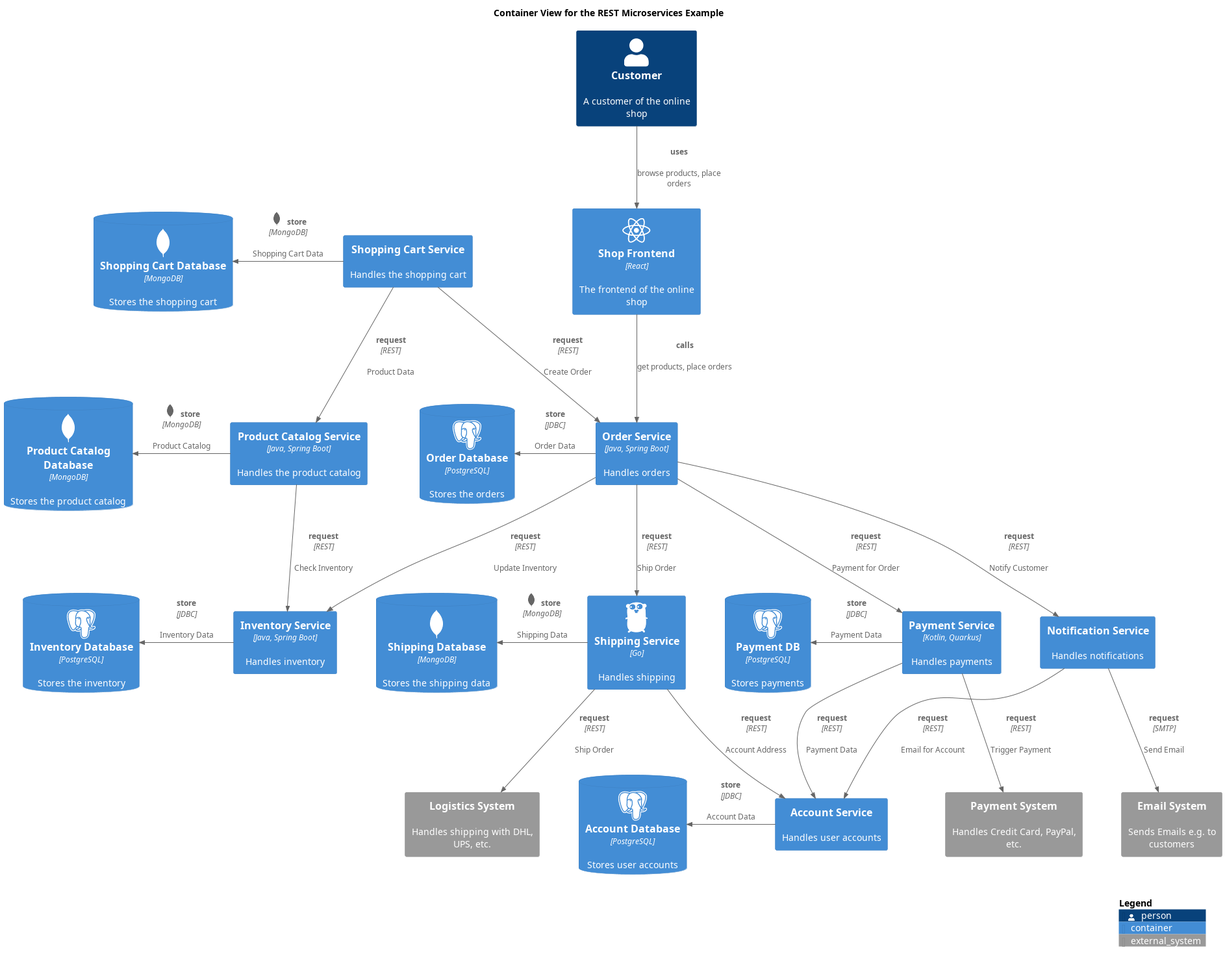
Earlier version of the PlantUML export docs/software-development/architecture/example/microservices/rest-container-view.png (lsolbach/overarch-models).
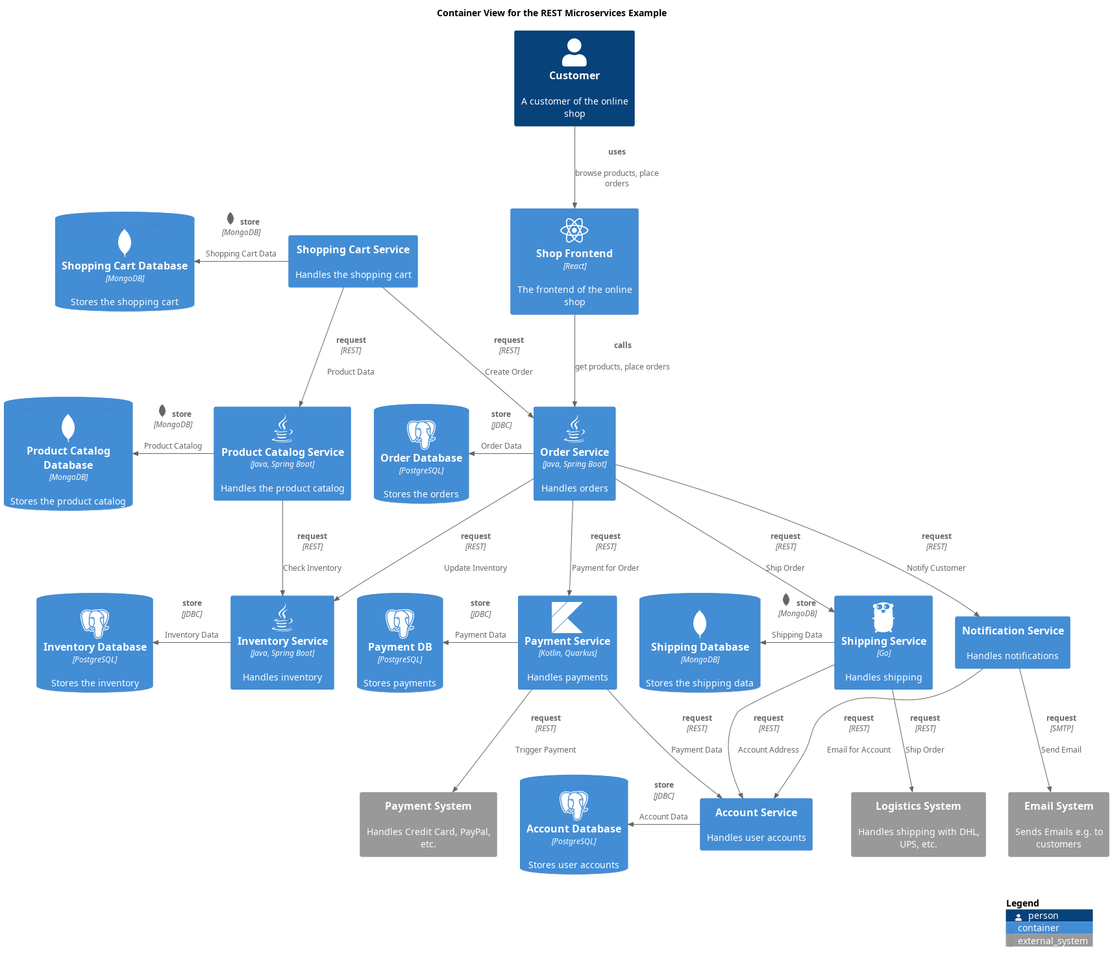
Above is the later version.

The edit, as a diff of the source:
```diff
@@ -5,60 +5,61 @@
 !include <azure/AzureCommon>
 !include <azure/AzureC4Integration>
 !include <tupadr3/common>
+!include <tupadr3/devicons2/go>
+!include <tupadr3/font-awesome-5/java>
 !include <tupadr3/font-awesome-5/react>
+!include <tupadr3/devicons2/mongodb>
+!include <tupadr3/devicons2/kotlin>
 !include <tupadr3/devicons2/postgresql>
-!include <tupadr3/devicons2/go>
-!include <tupadr3/devicons2/mongodb>
-
-
-LAYOUT_TOP_DOWN()
 
 
 
-skinparam nodesep 60
-skinparam ranksep 60
+
+
+
+
 title Container View for the REST Microservices Example
-Container(softwareDevelopment_architecture_example_microservices_paymentService, "Payment Service", $descr="Handles payments", $techn="Kotlin, Quarkus")
-Container(softwareDevelopment_architecture_example_microservices_inventoryService, "Inventory Service", $descr="Handles inventory", $techn="Java, Spring Boot")
+Container(softwareDevelopment_architecture_example_microservices_shippingService, "Shipping Service", $descr="Handles shipping", $techn="Go", $sprite="go")
+Container(softwareDevelopment_architecture_example_microservices_inventoryService, "Inventory Service", $descr="Handles inventory", $techn="Java, Spring Boot", $sprite="java")
 System_Ext(softwareDevelopment_architecture_example_microservices_logisticsSystem, "Logistics System", $descr="Handles shipping with DHL, UPS, etc.")
-Container(softwareDevelopment_architecture_example_microservices_shippingService, "Shipping Service", $descr="Handles shipping", $techn="Go", $sprite="go")
+Container(softwareDevelopment_architecture_example_microservices_shopFrontend, "Shop Frontend", $descr="The frontend of the online shop", $techn="React", $sprite="react")
+Container(softwareDevelopment_architecture_example_microservices_orderService, "Order Service", $descr="Handles orders", $techn="Java, Spring Boot", $sprite="java")
+ContainerDb(softwareDevelopment_architecture_example_microservices_shoppingCartDb, "Shopping Cart Database", $descr="Stores the shopping cart", $techn="MongoDB", $sprite="mongodb")
 ContainerDb(softwareDevelopment_architecture_example_microservices_productCatalogDb, "Product Catalog Database", $descr="Stores the product catalog", $techn="MongoDB", $sprite="mongodb")
-ContainerDb(softwareDevelopment_architecture_example_microservices_shoppingCartDb, "Shopping Cart Database", $descr="Stores the shopping cart", $techn="MongoDB", $sprite="mongodb")
-ContainerDb(softwareDevelopment_architecture_example_microservices_accountDb, "Account Database", $descr="Stores user accounts", $techn="PostgreSQL", $sprite="postgresql")
+Container(softwareDevelopment_architecture_example_microservices_paymentService, "Payment Service", $descr="Handles payments", $techn="Kotlin, Quarkus", $sprite="kotlin")
+ContainerDb(softwareDevelopment_architecture_example_microservices_shippingDb, "Shipping Database", $descr="Stores the shipping data", $techn="MongoDB", $sprite="mongodb")
 System_Ext(softwareDevelopment_architecture_example_microservices_paymentSystem, "Payment System", $descr="Handles Credit Card, PayPal, etc.")
-Container(softwareDevelopment_architecture_example_microservices_shopFrontend, "Shop Frontend", $descr="The frontend of the online shop", $techn="React", $sprite="react")
 Container(softwareDevelopment_architecture_example_microservices_shoppingCartService, "Shopping Cart Service", $descr="Handles the shopping cart")
 Container(softwareDevelopment_architecture_example_microservices_accountService, "Account Service", $descr="Handles user accounts")
-ContainerDb(softwareDevelopment_architecture_example_microservices_shippingDb, "Shipping Database", $descr="Stores the shipping data", $techn="MongoDB", $sprite="mongodb")
+ContainerDb(softwareDevelopment_architecture_example_microservices_paymentDb, "Payment DB", $descr="Stores payments", $techn="PostgreSQL", $sprite="postgresql")
+Container(softwareDevelopment_architecture_example_microservices_productCatalogService, "Product Catalog Service", $descr="Handles the product catalog", $techn="Java, Spring Boot", $sprite="java")
+Container(softwareDevelopment_architecture_example_microservices_notificationService, "Notification Service", $descr="Handles notifications")
+ContainerDb(softwareDevelopment_architecture_example_microservices_orderDb, "Order Database", $descr="Stores the orders", $techn="PostgreSQL", $sprite="postgresql")
+Person(softwareDevelopment_architecture_example_microservices_customer, "Customer", $descr="A customer of the online shop")
+System_Ext(softwareDevelopment_architecture_example_microservices_emailSystem, "Email System", $descr="Sends Emails e.g. to customers")
+ContainerDb(softwareDevelopment_architecture_example_microservices_accountDb, "Account Database", $descr="Stores user accounts", $techn="PostgreSQL", $sprite="postgresql")
 ContainerDb(softwareDevelopment_architecture_example_microservices_inventoryDb, "Inventory Database", $descr="Stores the inventory", $techn="PostgreSQL", $sprite="postgresql")
-ContainerDb(softwareDevelopment_architecture_example_microservices_orderDb, "Order Database", $descr="Stores the orders", $techn="PostgreSQL", $sprite="postgresql")
-Container(softwareDevelopment_architecture_example_microservices_notificationService, "Notification Service", $descr="Handles notifications")
-ContainerDb(softwareDevelopment_architecture_example_microservices_paymentDb, "Payment DB", $descr="Stores payments", $techn="PostgreSQL", $sprite="postgresql")
-Container(softwareDevelopment_architecture_example_microservices_productCatalogService, "Product Catalog Service", $descr="Handles the product catalog", $techn="Java, Spring Boot")
-Person(softwareDevelopment_architecture_example_microservices_customer, "Customer", $descr="A customer of the online shop")
-Container(softwareDevelopment_architecture_example_microservices_orderService, "Order Service", $descr="Handles orders", $techn="Java, Spring Boot")
-System_Ext(softwareDevelopment_architecture_example_microservices_emailSystem, "Email System", $descr="Sends Emails e.g. to customers")
+Rel_L(softwareDevelopment_architecture_example_microservices_orderService, softwareDevelopment_architecture_example_microservices_orderDb, "store", $descr="Order Data", $techn="JDBC")
+Rel(softwareDevelopment_architecture_example_microservices_paymentService, softwareDevelopment_architecture_example_microservices_paymentSystem, "request", $descr="Trigger Payment", $techn="REST")
+Rel(softwareDevelopment_architecture_example_microservices_shopFrontend, softwareDevelopment_architecture_example_microservices_orderService, "calls", $descr="get products, place orders")
+Rel(softwareDevelopment_architecture_example_microservices_orderService, softwareDevelopment_architecture_example_microservices_inventoryService, "request", $descr="Update Inventory", $techn="REST")
+Rel(softwareDevelopment_architecture_example_microservices_notificationService, softwareDevelopment_architecture_example_microservices_accountService, "request", $descr="Email for Account", $techn="REST")
+Rel(softwareDevelopment_architecture_example_microservices_shippingService, softwareDevelopment_architecture_example_microservices_logisticsSystem, "request", $descr="Ship Order", $techn="REST")
+Rel_L(softwareDevelopment_architecture_example_microservices_inventoryService, softwareDevelopment_architecture_example_microservices_inventoryDb, "store", $descr="Inventory Data", $techn="JDBC")
+Rel_L(softwareDevelopment_architecture_example_microservices_productCatalogService, softwareDevelopment_architecture_example_microservices_productCatalogDb, "store", $descr="Product Catalog", $techn="MongoDB", $sprite="mongodb,scale=0.5")
+Rel(softwareDevelopment_architecture_example_microservices_shoppingCartService, softwareDevelopment_architecture_example_microservices_productCatalogService, "request", $descr="Product Data", $techn="REST")
+Rel(softwareDevelopment_architecture_example_microservices_orderService, softwareDevelopment_architecture_example_microservices_paymentService, "request", $descr="Payment for Order", $techn="REST")
+Rel(softwareDevelopment_architecture_example_microservices_shippingService, softwareDevelopment_architecture_example_microservices_accountService, "request", $descr="Account Address", $techn="REST")
+Rel(softwareDevelopment_architecture_example_microservices_shoppingCartService, softwareDevelopment_architecture_example_microservices_orderService, "request", $descr="Create Order", $techn="REST")
 Rel_L(softwareDevelopment_architecture_example_microservices_accountService, softwareDevelopment_architecture_example_microservices_accountDb, "store", $descr="Account Data", $techn="JDBC")
+Rel_L(softwareDevelopment_architecture_example_microservices_shoppingCartService, softwareDevelopment_architecture_example_microservices_shoppingCartDb, "store", $descr="Shopping Cart Data", $techn="MongoDB", $sprite="mongodb,scale=0.5")
+Rel(softwareDevelopment_architecture_example_microservices_orderService, softwareDevelopment_architecture_example_microservices_notificationService, "request", $descr="Notify Customer", $techn="REST")
+Rel(softwareDevelopment_architecture_example_microservices_notificationService, softwareDevelopment_architecture_example_microservices_emailSystem, "request", $descr="Send Email", $techn="SMTP")
+Rel(softwareDevelopment_architecture_example_microservices_customer, softwareDevelopment_architecture_example_microservices_shopFrontend, "uses", $descr="browse products, place orders")
+Rel_L(softwareDevelopment_architecture_example_microservices_paymentService, softwareDevelopment_architecture_example_microservices_paymentDb, "store", $descr="Payment Data", $techn="JDBC")
+Rel_L(softwareDevelopment_architecture_example_microservices_shippingService, softwareDevelopment_architecture_example_microservices_shippingDb, "store", $descr="Shipping Data", $techn="MongoDB", $sprite="mongodb,scale=0.5")
 Rel(softwareDevelopment_architecture_example_microservices_paymentService, softwareDevelopment_architecture_example_microservices_accountService, "request", $descr="Payment Data", $techn="REST")
-Rel(softwareDevelopment_architecture_example_microservices_orderService, softwareDevelopment_architecture_example_microservices_paymentService, "request", $descr="Payment for Order", $techn="REST")
-Rel(softwareDevelopment_architecture_example_microservices_orderService, softwareDevelopment_architecture_example_microservices_notificationService, "request", $descr="Notify Customer", $techn="REST")
-Rel_L(softwareDevelopment_architecture_example_microservices_orderService, softwareDevelopment_architecture_example_microservices_orderDb, "store", $descr="Order Data", $techn="JDBC")
-Rel(softwareDevelopment_architecture_example_microservices_shopFrontend, softwareDevelopment_architecture_example_microservices_orderService, "calls", $descr="get products, place orders")
-Rel(softwareDevelopment_architecture_example_microservices_paymentService, softwareDevelopment_architecture_example_microservices_paymentSystem, "request", $descr="Trigger Payment", $techn="REST")
-Rel_L(softwareDevelopment_architecture_example_microservices_shoppingCartService, softwareDevelopment_architecture_example_microservices_shoppingCartDb, "store", $descr="Shopping Cart Data", $techn="MongoDB", $sprite="mongodb,scale=0.5")
-Rel_L(softwareDevelopment_architecture_example_microservices_paymentService, softwareDevelopment_architecture_example_microservices_paymentDb, "store", $descr="Payment Data", $techn="JDBC")
-Rel(softwareDevelopment_architecture_example_microservices_notificationService, softwareDevelopment_architecture_example_microservices_emailSystem, "request", $descr="Send Email", $techn="SMTP")
+Rel(softwareDevelopment_architecture_example_microservices_orderService, softwareDevelopment_architecture_example_microservices_shippingService, "request", $descr="Ship Order", $techn="REST")
 Rel(softwareDevelopment_architecture_example_microservices_productCatalogService, softwareDevelopment_architecture_example_microservices_inventoryService, "request", $descr="Check Inventory", $techn="REST")
-Rel(softwareDevelopment_architecture_example_microservices_orderService, softwareDevelopment_architecture_example_microservices_shippingService, "request", $descr="Ship Order", $techn="REST")
-Rel(softwareDevelopment_architecture_example_microservices_notificationService, softwareDevelopment_architecture_example_microservices_accountService, "request", $descr="Email for Account", $techn="REST")
-Rel_L(softwareDevelopment_architecture_example_microservices_inventoryService, softwareDevelopment_architecture_example_microservices_inventoryDb, "store", $descr="Inventory Data", $techn="JDBC")
-Rel(softwareDevelopment_architecture_example_microservices_shoppingCartService, softwareDevelopment_architecture_example_microservices_productCatalogService, "request", $descr="Product Data", $techn="REST")
-Rel_L(softwareDevelopment_architecture_example_microservices_shippingService, softwareDevelopment_architecture_example_microservices_shippingDb, "store", $descr="Shipping Data", $techn="MongoDB", $sprite="mongodb,scale=0.5")
-Rel(softwareDevelopment_architecture_example_microservices_shippingService, softwareDevelopment_architecture_example_microservices_accountService, "request", $descr="Account Address", $techn="REST")
-Rel(softwareDevelopment_architecture_example_microservices_customer, softwareDevelopment_architecture_example_microservices_shopFrontend, "uses", $descr="browse products, place orders")
-Rel(softwareDevelopment_architecture_example_microservices_shippingService, softwareDevelopment_architecture_example_microservices_logisticsSystem, "request", $descr="Ship Order", $techn="REST")
-Rel_L(softwareDevelopment_architecture_example_microservices_productCatalogService, softwareDevelopment_architecture_example_microservices_productCatalogDb, "store", $descr="Product Catalog", $techn="MongoDB", $sprite="mongodb,scale=0.5")
-Rel(softwareDevelopment_architecture_example_microservices_orderService, softwareDevelopment_architecture_example_microservices_inventoryService, "request", $descr="Update Inventory", $techn="REST")
-Rel(softwareDevelopment_architecture_example_microservices_shoppingCartService, softwareDevelopment_architecture_example_microservices_orderService, "request", $descr="Create Order", $techn="REST")
 SHOW_LEGEND()
 @enduml
```
